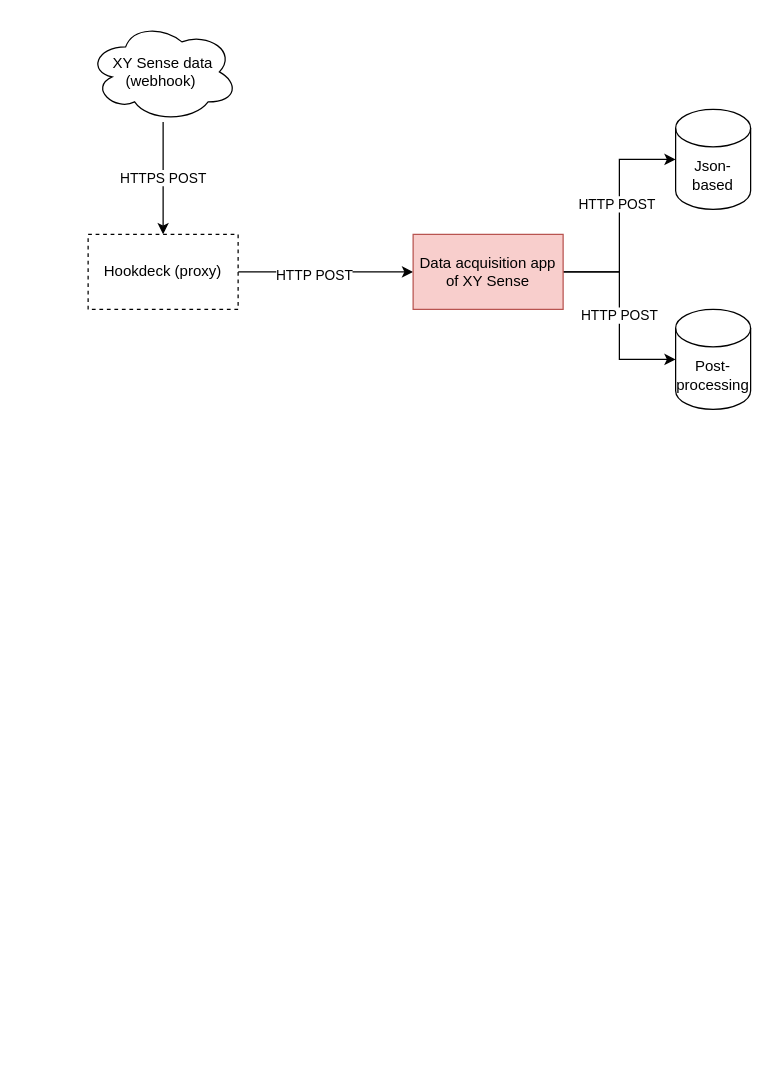
The draw.io diagram backend/data_shape/SMH_Bob_instances.drawio in bobkatla/SpaceUtil, before the edit. Source tidied: cells renumbered, new cells numbered last; positions are measured from the earlier drawing's top-left corner, leaving out a move shared by most shapes. Both pictures are drawn from the tidied source at 125%, with x=0, y=0 at pixel (88, 21).
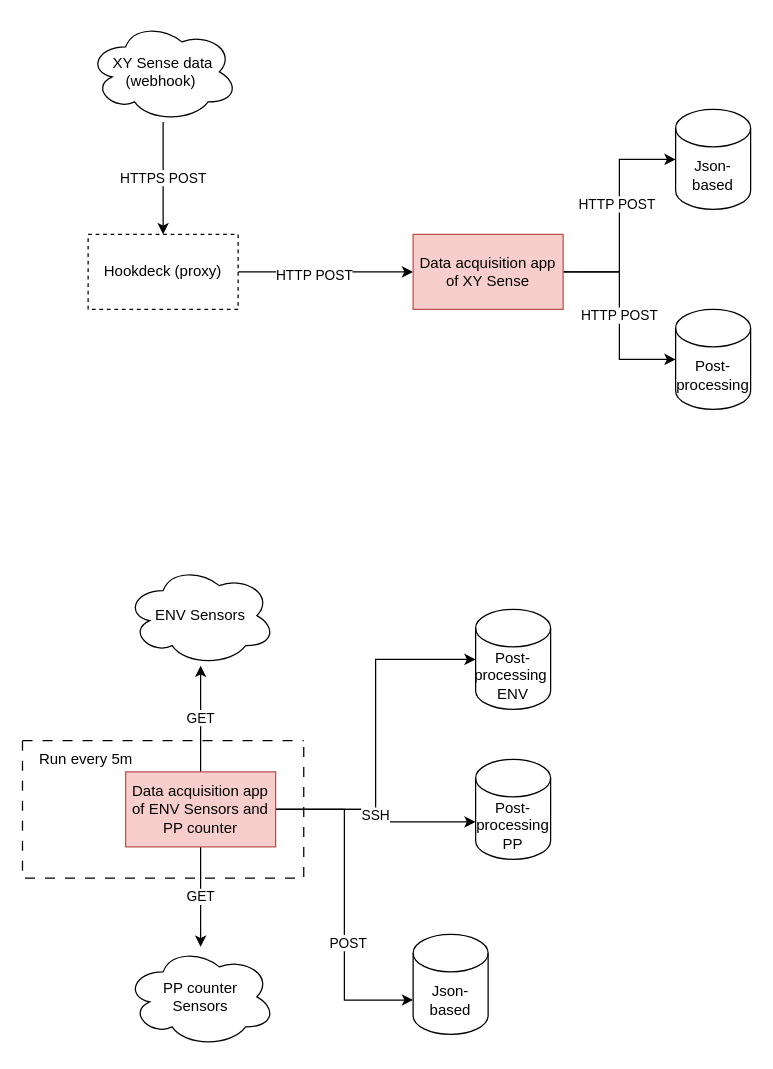
The same page after the edit.

What changed in the source:
```diff
@@
+    <mxCell id="13" value="ENV Sensors" style="ellipse;shape=cloud;whiteSpace=wrap;html=1;" parent="1" vertex="1">
+      <mxGeometry x="30" y="435" width="120" height="80" as="geometry" />
+    </mxCell>
+    <mxCell id="14" value="PP counter&lt;br&gt;Sensors" style="ellipse;shape=cloud;whiteSpace=wrap;html=1;" parent="1" vertex="1">
+      <mxGeometry x="30" y="740" width="120" height="80" as="geometry" />
+    </mxCell>
+    <mxCell id="15" value="GET" style="edgeStyle=orthogonalEdgeStyle;rounded=0;jettySize=auto;html=1;" parent="1" edge="1" source="21" target="13">
+      <mxGeometry relative="1" as="geometry" />
+    </mxCell>
+    <mxCell id="16" value="GET" style="edgeStyle=orthogonalEdgeStyle;rounded=0;jettySize=auto;html=1;" parent="1" edge="1" source="21" target="14">
+      <mxGeometry relative="1" as="geometry" />
+    </mxCell>
+    <mxCell id="17" style="edgeStyle=orthogonalEdgeStyle;rounded=0;jettySize=auto;html=1;entryX=0;entryY=0.5;entryDx=0;entryDy=0;entryPerimeter=0;" parent="1" edge="1" source="21" target="24">
+      <mxGeometry relative="1" as="geometry" />
+    </mxCell>
+    <mxCell id="18" value="SSH" style="edgeStyle=orthogonalEdgeStyle;rounded=0;jettySize=auto;html=1;" parent="1" edge="1" source="21" target="25">
+      <mxGeometry relative="1" as="geometry">
+        <Array as="points">
+          <mxPoint x="230" y="630" />
+          <mxPoint x="230" y="640" />
+        </Array>
+      </mxGeometry>
+    </mxCell>
+    <mxCell id="19" style="edgeStyle=orthogonalEdgeStyle;rounded=0;jettySize=auto;html=1;entryX=0;entryY=0;entryDx=0;entryDy=52.5;entryPerimeter=0;" parent="1" edge="1" source="21" target="26">
+      <mxGeometry relative="1" as="geometry" />
+    </mxCell>
+    <mxCell id="20" value="POST" style="edgeLabel;html=1;align=center;verticalAlign=middle;" parent="19" vertex="1">
+      <mxGeometry x="0.23" y="2" relative="1" as="geometry" />
+    </mxCell>
+    <mxCell id="21" value="Data acquisition app of ENV Sensors and PP counter" style="rounded=0;whiteSpace=wrap;html=1;fillColor=#f8cecc;strokeColor=#b85450;" parent="1" vertex="1">
+      <mxGeometry x="30" y="600" width="120" height="60" as="geometry" />
+    </mxCell>
+    <mxCell id="22" style="swimlane;startSize=0;dashed=1;dashPattern=8 8;" parent="1" vertex="1">
+      <mxGeometry x="-52.5" y="575" width="225" height="110" as="geometry" />
+    </mxCell>
+    <mxCell id="23" value="Run every 5m" style="text;html=1;align=center;verticalAlign=middle;strokeColor=none;fillColor=none;" parent="22" vertex="1">
+      <mxGeometry width="100" height="30" as="geometry" />
+    </mxCell>
+    <mxCell id="24" value="Post-processing&amp;nbsp;&lt;br&gt;ENV" style="shape=cylinder3;whiteSpace=wrap;html=1;boundedLbl=1;backgroundOutline=1;size=15;" parent="1" vertex="1">
+      <mxGeometry x="310" y="470" width="60" height="80" as="geometry" />
+    </mxCell>
+    <mxCell id="25" value="Post-processing PP" style="shape=cylinder3;whiteSpace=wrap;html=1;boundedLbl=1;backgroundOutline=1;size=15;" parent="1" vertex="1">
+      <mxGeometry x="310" y="590" width="60" height="80" as="geometry" />
+    </mxCell>
+    <mxCell id="26" value="Json-based" style="shape=cylinder3;whiteSpace=wrap;html=1;boundedLbl=1;backgroundOutline=1;size=15;" parent="1" vertex="1">
+      <mxGeometry x="260" y="730" width="60" height="80" as="geometry" />
+    </mxCell>
```
